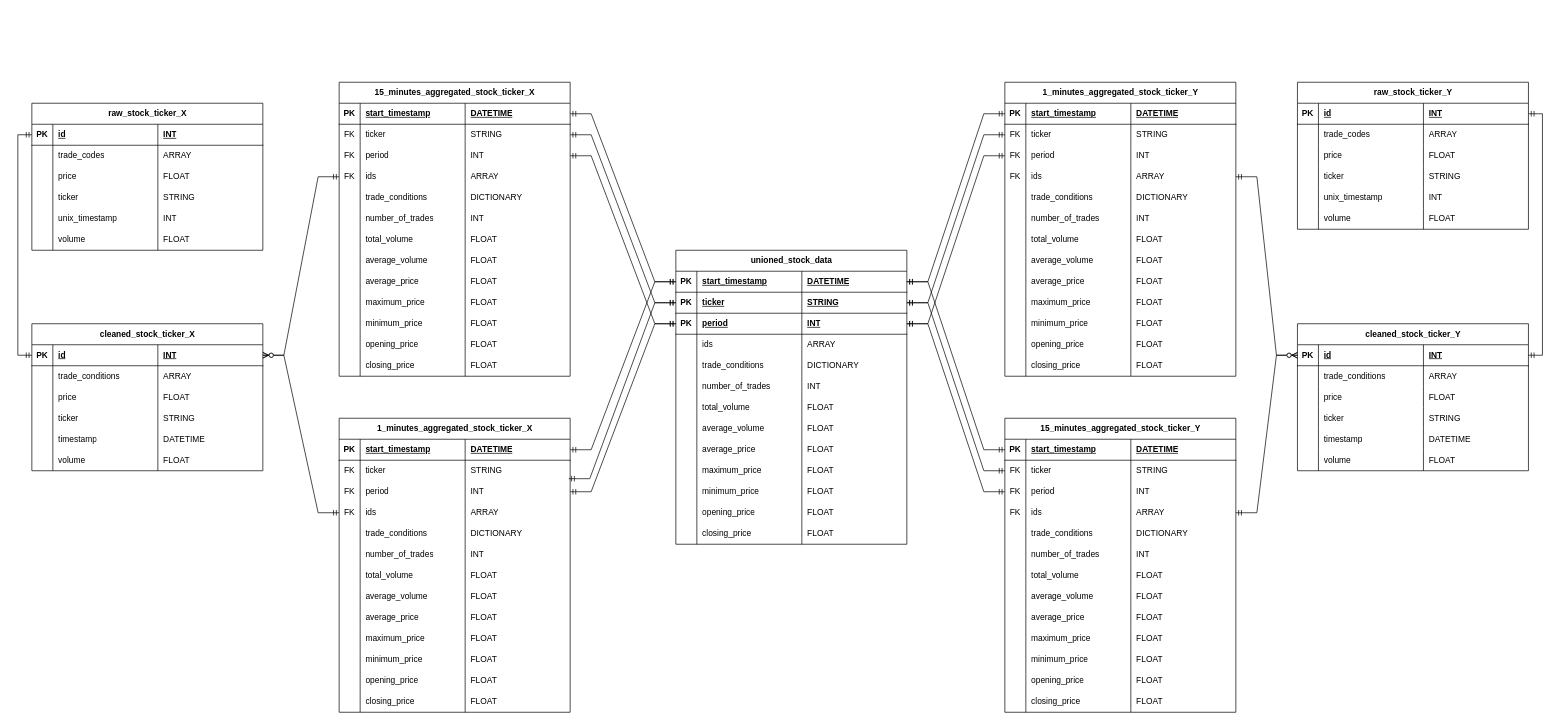
Above: page "table_structure_diagram" (2 of 4) of architecture_diagrams.drawio in georgeslane/trading_data_etl (draw.io), before the change. Source tidied: cells renumbered, new cells numbered last; positions are measured from the earlier drawing's top-left corner, leaving out a move shared by most shapes. Both pictures are drawn from the tidied source at 70%, with x=0, y=0 at pixel (31, 82).
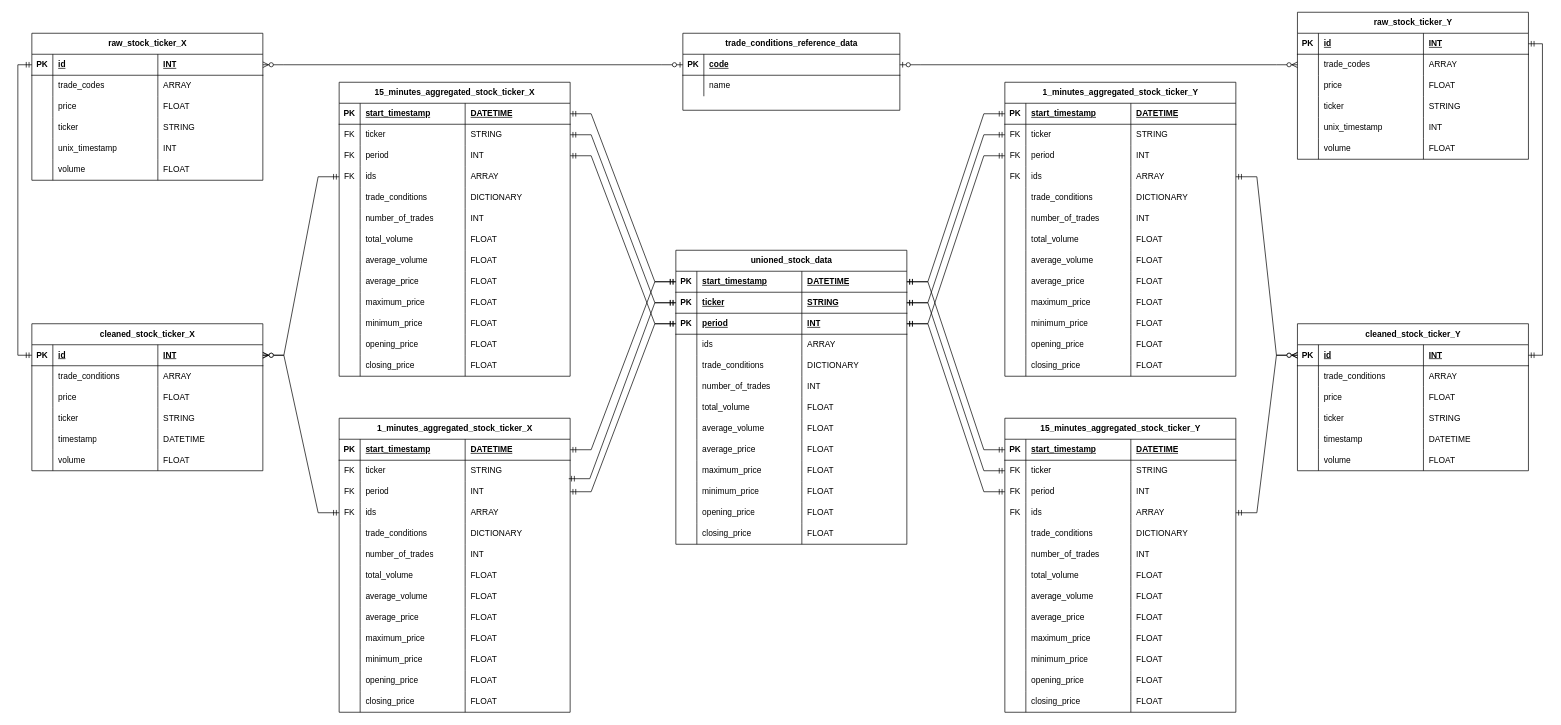
Above is the later version.

Commit message (it also covers changes not shown here):
Updated data model

Unchanged cells that the change refers to:
```xml
<mxCell id="318" style="shape=tableRow;horizontal=0;startSize=0;swimlaneHead=0;swimlaneBody=0;fillColor=none;points=[[0,0.5],[1,0.5]];portConstraint=eastwest;top=0;left=0;right=0;bottom=1;" parent="317" vertex="1">
  <mxGeometry y="30" width="330" height="30" as="geometry" />
</mxCell>
<mxCell id="347" style="shape=tableRow;horizontal=0;startSize=0;swimlaneHead=0;swimlaneBody=0;fillColor=none;points=[[0,0.5],[1,0.5]];portConstraint=eastwest;top=0;left=0;right=0;bottom=0;" parent="342" vertex="1">
  <mxGeometry y="60" width="330" height="30" as="geometry" />
</mxCell>
```

What changed in the source:
```diff
@@
     <mxCell id="317" value="raw_stock_ticker_X" style="shape=table;startSize=30;childLayout=tableLayout;rowLines=0;fontStyle=1;align=center;html=1;" parent="1" vertex="1">
-      <mxGeometry y="30" width="330" height="210" as="geometry" />
+      <mxGeometry y="-70" width="330" height="210" as="geometry" />
     </mxCell>
@@
     <mxCell id="342" value="raw_stock_ticker_Y" style="shape=table;startSize=30;childLayout=tableLayout;rowLines=0;fontStyle=1;align=center;html=1;" parent="1" vertex="1">
-      <mxGeometry x="1808" width="330" height="210" as="geometry" />
+      <mxGeometry x="1808" y="-100" width="330" height="210" as="geometry" />
     </mxCell>
@@
+    <mxCell id="385" value="trade_conditions_reference_data" style="shape=table;startSize=30;childLayout=tableLayout;rowLines=0;fontStyle=1;align=center;html=1;" parent="1" vertex="1">
+      <mxGeometry x="930" y="-70" width="310" height="110" as="geometry" />
+    </mxCell>
+    <mxCell id="386" style="shape=tableRow;horizontal=0;startSize=0;swimlaneHead=0;swimlaneBody=0;fillColor=none;points=[[0,0.5],[1,0.5]];portConstraint=eastwest;top=0;left=0;right=0;bottom=1;" parent="385" vertex="1">
+      <mxGeometry y="30" width="310" height="30" as="geometry" />
+    </mxCell>
+    <mxCell id="387" value="PK" style="shape=partialRectangle;fillColor=none;top=0;left=0;bottom=0;right=0;fontStyle=1;overflow=hidden;whiteSpace=wrap;html=1;" parent="386" vertex="1">
+      <mxGeometry width="30" height="30" as="geometry" />
+    </mxCell>
+    <mxCell id="388" value="code" style="shape=partialRectangle;fillColor=none;top=0;left=0;bottom=0;right=0;align=left;spacingLeft=6;fontStyle=5;overflow=hidden;whiteSpace=wrap;html=1;" parent="386" vertex="1">
+      <mxGeometry x="30" width="280" height="30" as="geometry" />
+    </mxCell>
+    <mxCell id="389" style="shape=tableRow;horizontal=0;startSize=0;swimlaneHead=0;swimlaneBody=0;fillColor=none;top=0;left=0;right=0;bottom=0;" parent="385" vertex="1">
+      <mxGeometry y="60" width="310" height="30" as="geometry" />
+    </mxCell>
+    <mxCell id="390" style="shape=partialRectangle;fillColor=none;top=0;left=0;bottom=0;right=0;overflow=hidden;whiteSpace=wrap;html=1;" parent="389" vertex="1">
+      <mxGeometry width="30" height="30" as="geometry" />
+    </mxCell>
+    <mxCell id="391" value="name" style="shape=partialRectangle;fillColor=none;top=0;left=0;bottom=0;right=0;align=left;spacingLeft=6;overflow=hidden;whiteSpace=wrap;html=1;" parent="389" vertex="1">
+      <mxGeometry x="30" width="280" height="30" as="geometry" />
+    </mxCell>
+    <mxCell id="392" style="edgeStyle=entityRelationEdgeStyle;fontSize=12;html=1;endArrow=ERzeroToMany;startArrow=ERzeroToOne;rounded=0;exitX=1;exitY=0.5;exitDx=0;exitDy=0;entryX=0;entryY=0.5;entryDx=0;entryDy=0;" parent="1" edge="1" source="386" target="347">
+      <mxGeometry relative="1" as="geometry" />
+    </mxCell>
+    <mxCell id="393" style="edgeStyle=entityRelationEdgeStyle;fontSize=12;html=1;endArrow=ERzeroToMany;startArrow=ERzeroToOne;rounded=0;exitX=0;exitY=0.5;exitDx=0;exitDy=0;entryX=1;entryY=0.5;entryDx=0;entryDy=0;" parent="1" edge="1" source="386" target="318">
+      <mxGeometry relative="1" as="geometry" />
+    </mxCell>
```
